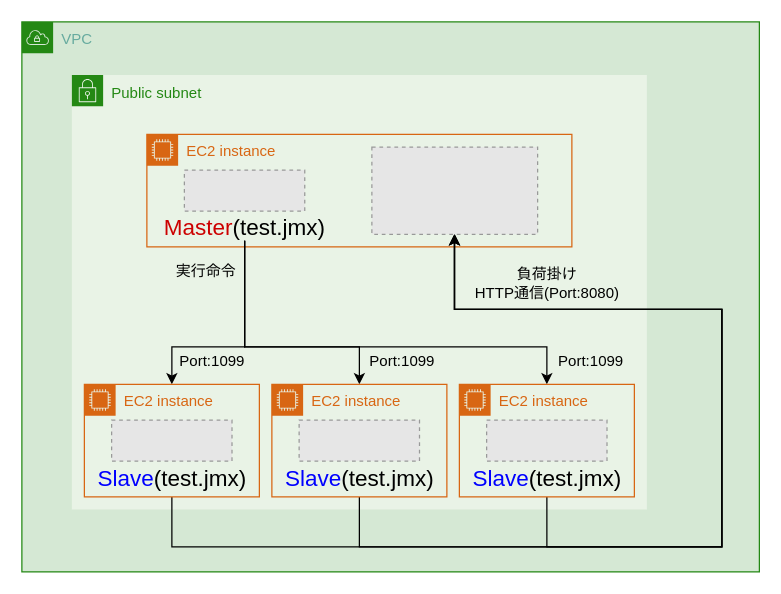
Earlier version of the draw.io diagram img/20200614/jmeter-master-slave-on-aws.drawio (takuto-n/takuto-n.github.io). Source tidied: cells renumbered, new cells numbered last; positions are measured from the earlier drawing's top-left corner, leaving out a move shared by most shapes. Both pictures are drawn from the tidied source at 125%, with x=0, y=0 at pixel (21, 21). Pictures stored in the file or linked from it are replaced by grey dashed boxes.
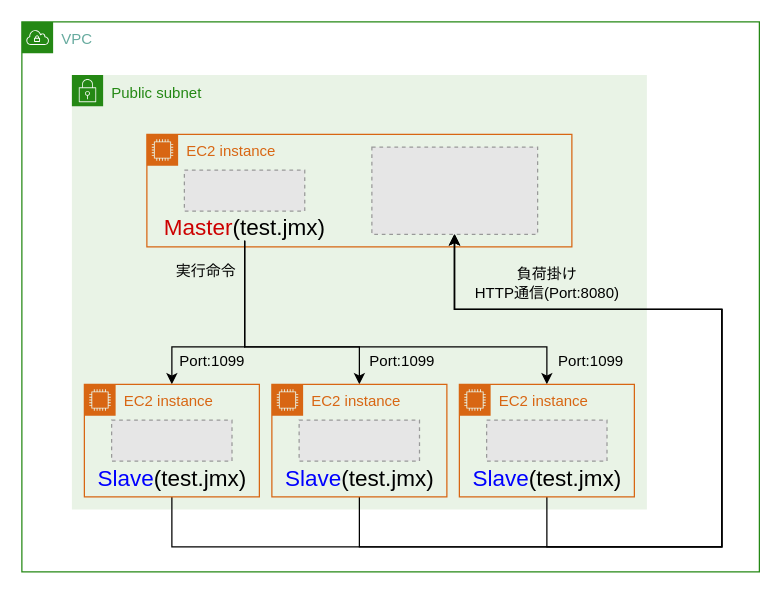
Above is the later version.

Commit message (it also covers changes not shown here):
post new article.

What changed in the source:
```diff
@@
-    <mxCell id="2" value="&lt;font color=&quot;#67ab9f&quot;&gt;VPC&lt;/font&gt;" style="gradientColor=none;html=1;whiteSpace=wrap;fontSize=12;fontStyle=0;shape=mxgraph.aws4.group;grIcon=mxgraph.aws4.group_vpc;strokeColor=#248814;fillColor=#D5E8D4;verticalAlign=top;align=left;spacingLeft=30;fontColor=#AAB7B8;dashed=0;" parent="1" vertex="1">
+    <mxCell id="2" value="&lt;font color=&quot;#67ab9f&quot;&gt;VPC&lt;/font&gt;" style="gradientColor=none;html=1;whiteSpace=wrap;fontSize=12;fontStyle=0;shape=mxgraph.aws4.group;grIcon=mxgraph.aws4.group_vpc;strokeColor=#248814;fillColor=#ffffff;verticalAlign=top;align=left;spacingLeft=30;fontColor=#AAB7B8;dashed=0;" parent="1" vertex="1">
       <mxGeometry width="590" height="440" as="geometry" />
     </mxCell>
```
